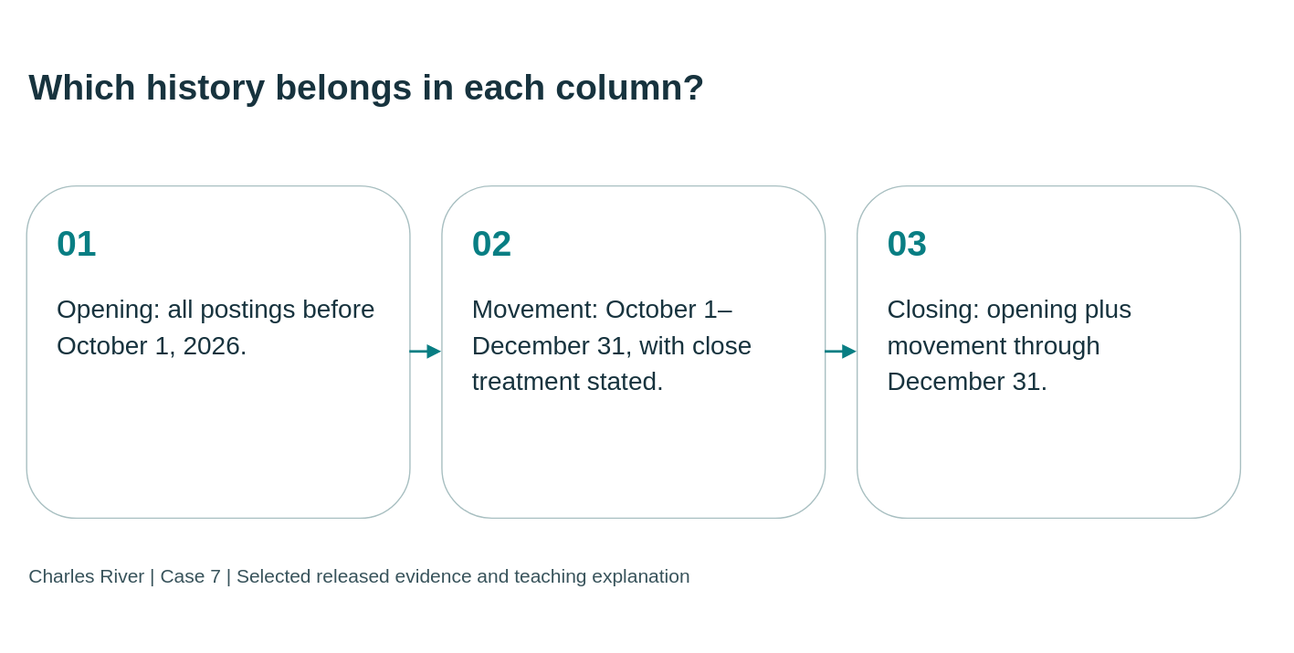
Earlier version of the draw.io export static/diagrams/cases/case07-rollforward.svg (mmcodesso/CharlesRiver_Database). Source tidied: cells renumbered, new cells last; positions are measured from the earlier drawing's top-left corner, leaving out a move shared by most shapes. Its diagram source:
```xml
<mxGraphModel background="#f5f5ee">
  <root>
    <mxCell id="0" />
    <mxCell id="1" parent="0" />
    <mxCell id="2" value="Which history belongs in each column?" style="text;html=0;strokeColor=none;fillColor=none;align=left;verticalAlign=middle;whiteSpace=wrap;fontSize=28;fontStyle=1;fontColor=#17333e;fontFamily=Arial;" parent="1" vertex="1">
      <mxGeometry width="950" height="95" as="geometry" />
    </mxCell>
    <mxCell id="3" value="&lt;div style=&quot;font-size:28px;color:#087e83;font-weight:bold;margin-bottom:20px&quot;&gt;01&lt;/div&gt;&lt;div style=&quot;font-size:20px;line-height:1.4&quot;&gt;Opening: all postings before October 1, 2026.&lt;/div&gt;" style="rounded=1;whiteSpace=wrap;html=1;fillColor=#ffffff;strokeColor=#a8bfc1;fontColor=#17333e;align=left;verticalAlign=top;spacing=24;fontFamily=Arial;fontSize=20;" parent="1" vertex="1">
      <mxGeometry y="125" width="300" height="260" as="geometry" />
    </mxCell>
    <mxCell id="4" value="&lt;div style=&quot;font-size:28px;color:#087e83;font-weight:bold;margin-bottom:20px&quot;&gt;02&lt;/div&gt;&lt;div style=&quot;font-size:20px;line-height:1.4&quot;&gt;Movement: October 1–December 31, with close treatment stated.&lt;/div&gt;" style="rounded=1;whiteSpace=wrap;html=1;fillColor=#ffffff;strokeColor=#a8bfc1;fontColor=#17333e;align=left;verticalAlign=top;spacing=24;fontFamily=Arial;fontSize=20;" parent="1" vertex="1">
      <mxGeometry x="325" y="125" width="300" height="260" as="geometry" />
    </mxCell>
    <mxCell id="5" value="&lt;div style=&quot;font-size:28px;color:#087e83;font-weight:bold;margin-bottom:20px&quot;&gt;03&lt;/div&gt;&lt;div style=&quot;font-size:20px;line-height:1.4&quot;&gt;Closing: opening plus movement through December 31.&lt;/div&gt;" style="rounded=1;whiteSpace=wrap;html=1;fillColor=#ffffff;strokeColor=#a8bfc1;fontColor=#17333e;align=left;verticalAlign=top;spacing=24;fontFamily=Arial;fontSize=20;" parent="1" vertex="1">
      <mxGeometry x="650" y="125" width="300" height="260" as="geometry" />
    </mxCell>
    <mxCell id="6" style="edgeStyle=orthogonalEdgeStyle;rounded=0;html=1;endArrow=block;endFill=1;strokeColor=#087e83;strokeWidth=2;" parent="1" edge="1" source="3" target="4">
      <mxGeometry relative="1" as="geometry" />
    </mxCell>
    <mxCell id="7" style="edgeStyle=orthogonalEdgeStyle;rounded=0;html=1;endArrow=block;endFill=1;strokeColor=#087e83;strokeWidth=2;" parent="1" edge="1" source="4" target="5">
      <mxGeometry relative="1" as="geometry" />
    </mxCell>
    <mxCell id="8" value="Charles River | Case 7 | Selected released evidence and teaching explanation" style="text;html=0;strokeColor=none;fillColor=none;align=left;fontSize=15;fontColor=#38535b;fontFamily=Arial;" parent="1" vertex="1">
      <mxGeometry y="415" width="950" height="35" as="geometry" />
    </mxCell>
  </root>
</mxGraphModel>
```
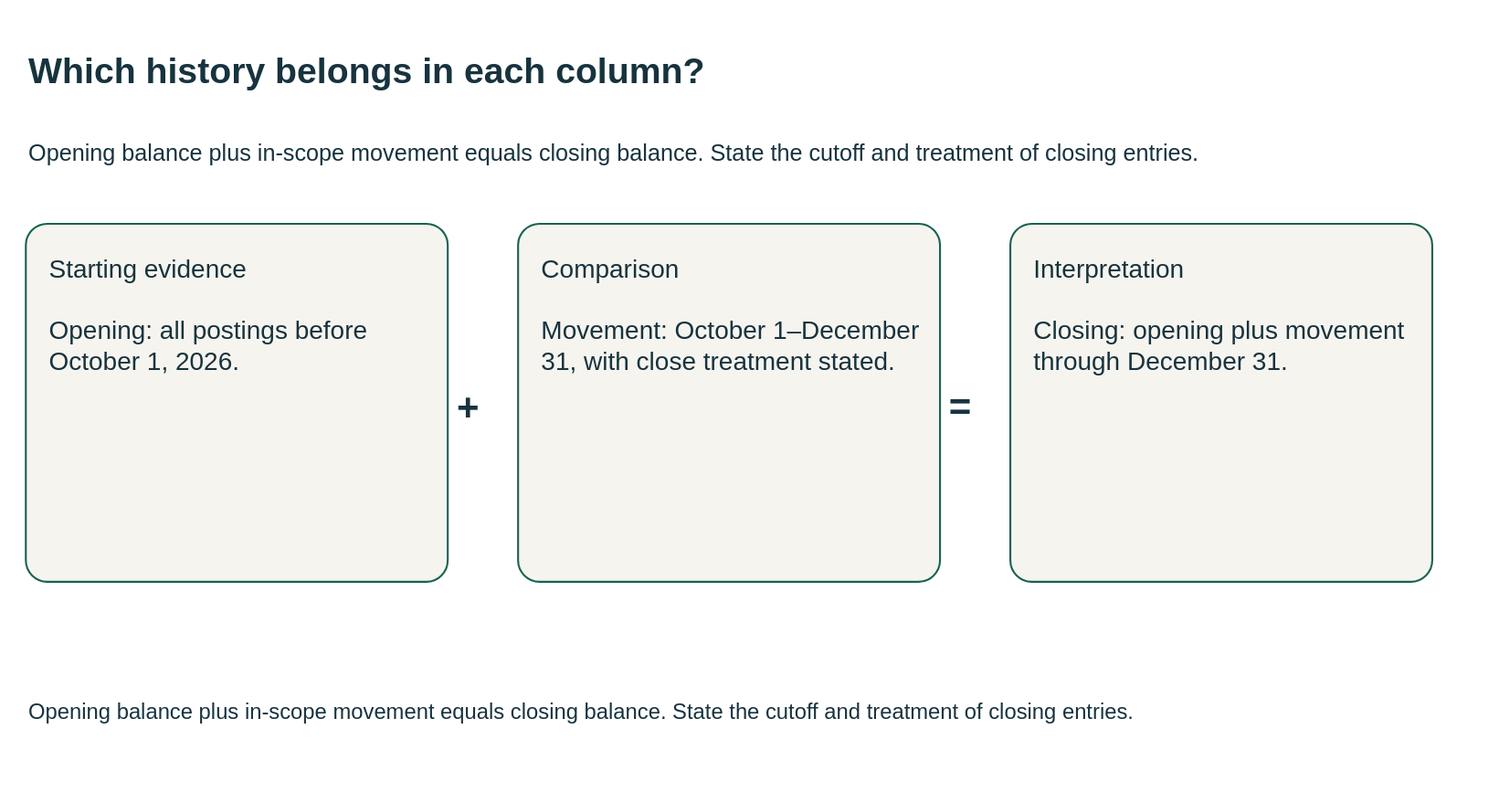
The same file after the commit.

Change to the diagram source:
```diff
@@ -1,27 +1,30 @@
-<mxGraphModel background="#f5f5ee">
+<mxGraphModel background="#FFFFFF">
   <root>
     <mxCell id="0" />
     <mxCell id="1" parent="0" />
-    <mxCell id="2" value="Which history belongs in each column?" style="text;html=0;strokeColor=none;fillColor=none;align=left;verticalAlign=middle;whiteSpace=wrap;fontSize=28;fontStyle=1;fontColor=#17333e;fontFamily=Arial;" parent="1" vertex="1">
-      <mxGeometry width="950" height="95" as="geometry" />
+    <mxCell id="2" value="Which history belongs in each column?" style="html=0;fontFamily=Arial;fontSize=20;fontColor=#17333e;strokeColor=#196252;strokeWidth=1.5;whiteSpace=wrap;text;strokeColor=none;fillColor=none;align=left;verticalAlign=middle;fontSize=28;fontStyle=1;" parent="1" vertex="1">
+      <mxGeometry y="-10" width="1110" height="70" as="geometry" />
     </mxCell>
+    <mxCell id="9" value="Opening balance plus in-scope movement equals closing balance. State the cutoff and treatment of closing entries." style="html=0;fontFamily=Arial;fontSize=20;fontColor=#17333e;strokeColor=#196252;strokeWidth=1.5;whiteSpace=wrap;text;strokeColor=none;fillColor=none;align=left;verticalAlign=middle;fontSize=18;fontStyle=0;" parent="1" vertex="1">
+      <mxGeometry y="62" width="1110" height="55" as="geometry" />
+    </mxCell>
-    <mxCell id="3" value="&lt;div style=&quot;font-size:28px;color:#087e83;font-weight:bold;margin-bottom:20px&quot;&gt;01&lt;/div&gt;&lt;div style=&quot;font-size:20px;line-height:1.4&quot;&gt;Opening: all postings before October 1, 2026.&lt;/div&gt;" style="rounded=1;whiteSpace=wrap;html=1;fillColor=#ffffff;strokeColor=#a8bfc1;fontColor=#17333e;align=left;verticalAlign=top;spacing=24;fontFamily=Arial;fontSize=20;" parent="1" vertex="1">
-      <mxGeometry y="125" width="300" height="260" as="geometry" />
+    <mxCell id="3" value="Starting evidence&#10;&#10;Opening: all postings before October 1, 2026." style="html=0;fontFamily=Arial;fontSize=20;fontColor=#17333e;strokeColor=#196252;strokeWidth=1.5;whiteSpace=wrap;rounded=1;arcSize=6;fillColor=#f6f4ee;align=left;verticalAlign=top;spacing=18;" parent="1" vertex="1">
+      <mxGeometry y="145" width="330" height="280" as="geometry" />
     </mxCell>
-    <mxCell id="4" value="&lt;div style=&quot;font-size:28px;color:#087e83;font-weight:bold;margin-bottom:20px&quot;&gt;02&lt;/div&gt;&lt;div style=&quot;font-size:20px;line-height:1.4&quot;&gt;Movement: October 1–December 31, with close treatment stated.&lt;/div&gt;" style="rounded=1;whiteSpace=wrap;html=1;fillColor=#ffffff;strokeColor=#a8bfc1;fontColor=#17333e;align=left;verticalAlign=top;spacing=24;fontFamily=Arial;fontSize=20;" parent="1" vertex="1">
-      <mxGeometry x="325" y="125" width="300" height="260" as="geometry" />
+    <mxCell id="4" value="Comparison&#10;&#10;Movement: October 1–December 31, with close treatment stated." style="html=0;fontFamily=Arial;fontSize=20;fontColor=#17333e;strokeColor=#196252;strokeWidth=1.5;whiteSpace=wrap;rounded=1;arcSize=6;fillColor=#f6f4ee;align=left;verticalAlign=top;spacing=18;" parent="1" vertex="1">
+      <mxGeometry x="385" y="145" width="330" height="280" as="geometry" />
     </mxCell>
-    <mxCell id="5" value="&lt;div style=&quot;font-size:28px;color:#087e83;font-weight:bold;margin-bottom:20px&quot;&gt;03&lt;/div&gt;&lt;div style=&quot;font-size:20px;line-height:1.4&quot;&gt;Closing: opening plus movement through December 31.&lt;/div&gt;" style="rounded=1;whiteSpace=wrap;html=1;fillColor=#ffffff;strokeColor=#a8bfc1;fontColor=#17333e;align=left;verticalAlign=top;spacing=24;fontFamily=Arial;fontSize=20;" parent="1" vertex="1">
-      <mxGeometry x="650" y="125" width="300" height="260" as="geometry" />
+    <mxCell id="5" value="Interpretation&#10;&#10;Closing: opening plus movement through December 31." style="html=0;fontFamily=Arial;fontSize=20;fontColor=#17333e;strokeColor=#196252;strokeWidth=1.5;whiteSpace=wrap;rounded=1;arcSize=6;fillColor=#f6f4ee;align=left;verticalAlign=top;spacing=18;" parent="1" vertex="1">
+      <mxGeometry x="770" y="145" width="330" height="280" as="geometry" />
     </mxCell>
-    <mxCell id="6" style="edgeStyle=orthogonalEdgeStyle;rounded=0;html=1;endArrow=block;endFill=1;strokeColor=#087e83;strokeWidth=2;" parent="1" edge="1" source="3" target="4">
-      <mxGeometry relative="1" as="geometry" />
-    </mxCell>
-    <mxCell id="7" style="edgeStyle=orthogonalEdgeStyle;rounded=0;html=1;endArrow=block;endFill=1;strokeColor=#087e83;strokeWidth=2;" parent="1" edge="1" source="4" target="5">
-      <mxGeometry relative="1" as="geometry" />
-    </mxCell>
+    <mxCell id="10" value="+" style="html=0;fontFamily=Arial;fontSize=20;fontColor=#17333e;strokeColor=#196252;strokeWidth=1.5;whiteSpace=wrap;text;strokeColor=none;fillColor=none;align=left;verticalAlign=middle;fontSize=30;fontStyle=1;" parent="1" vertex="1">
+      <mxGeometry x="335" y="265" width="45" height="45" as="geometry" />
+    </mxCell>
+    <mxCell id="11" value="=" style="html=0;fontFamily=Arial;fontSize=20;fontColor=#17333e;strokeColor=#196252;strokeWidth=1.5;whiteSpace=wrap;text;strokeColor=none;fillColor=none;align=left;verticalAlign=middle;fontSize=30;fontStyle=1;" parent="1" vertex="1">
+      <mxGeometry x="720" y="265" width="45" height="45" as="geometry" />
+    </mxCell>
-    <mxCell id="8" value="Charles River | Case 7 | Selected released evidence and teaching explanation" style="text;html=0;strokeColor=none;fillColor=none;align=left;fontSize=15;fontColor=#38535b;fontFamily=Arial;" parent="1" vertex="1">
-      <mxGeometry y="415" width="950" height="35" as="geometry" />
+    <mxCell id="8" value="Opening balance plus in-scope movement equals closing balance. State the cutoff and treatment of closing entries." style="html=0;fontFamily=Arial;fontSize=20;fontColor=#17333e;strokeColor=#196252;strokeWidth=1.5;whiteSpace=wrap;text;strokeColor=none;fillColor=none;align=left;verticalAlign=middle;fontSize=17;fontStyle=0;" parent="1" vertex="1">
+      <mxGeometry y="497" width="1110" height="60" as="geometry" />
     </mxCell>
   </root>
 </mxGraphModel>
```
